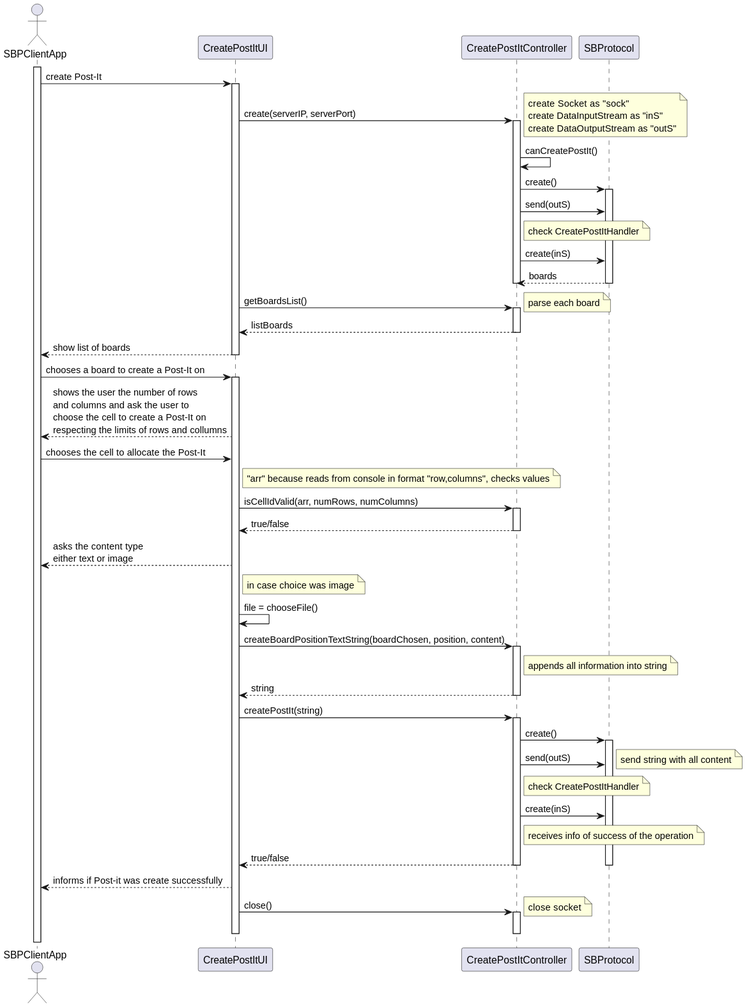
The PlantUML diagram docs/us_3006/clientSD.svg in jovami/isep-lapr4, before a commit. Its diagram source:
```plantuml
@startuml
actor SBPClientApp as user
participant CreatePostItUI as ui
participant CreatePostItController as ctrl
participant SBProtocol as sbp



activate user
user -> ui :create Post-It
activate ui

    ui -> ctrl :create(serverIP, serverPort)
    note right: create Socket as "sock"\ncreate DataInputStream as "inS"\ncreate DataOutputStream as "outS"
    activate ctrl
        ctrl -> ctrl:canCreatePostIt()

        ctrl -> sbp : create()
        activate sbp
            ctrl -> sbp : send(outS)
            note right of ctrl: check CreatePostItHandler
            ctrl -> sbp : create(inS)
            sbp --> ctrl: boards
        deactivate sbp
    deactivate ctrl

    ui -> ctrl: getBoardsList()
    activate ctrl
        note right : parse each board
        ctrl --> ui: listBoards

    deactivate ctrl

    ui --> user : show list of boards

deactivate ui

user -> ui : chooses a board to create a Post-It on
activate ui

ui --> user : shows the user the number of rows\nand columns and ask the user to\nchoose the cell to create a Post-It on\nrespecting the limits of rows and collumns
user -> ui : chooses the cell to allocate the Post-It


    note right of ui: "arr" because reads from console in format "row,columns", checks values
    ui -> ctrl : isCellIdValid(arr, numRows, numColumns)
    activate ctrl
        ctrl --> ui : true/false
    deactivate ctrl


    ui --> user : asks the content type\neither text or image

    note right of ui: in case choice was image
    ui -> ui : file = chooseFile()

    ui -> ctrl : createBoardPositionTextString(boardChosen, position, content)
    activate ctrl
        note right of ctrl : appends all information into string
        ctrl --> ui : string
    deactivate ctrl


    ui -> ctrl :createPostIt(string)
    activate ctrl
        ctrl -> sbp : create()
        activate sbp
            ctrl -> sbp : send(outS)
            note right of ctrl: check CreatePostItHandler
            note right :send string with all content
            ctrl -> sbp : create(inS)
            note right of ctrl : receives info of success of the operation
            ctrl --> ui : true/false

        deactivate sbp
    deactivate ctrl

    ui --> user : informs if Post-it was create successfully


    ui -> ctrl : close()
    activate ctrl
        note right : close socket
    deactivate ctrl
deactivate ui
@enduml
```
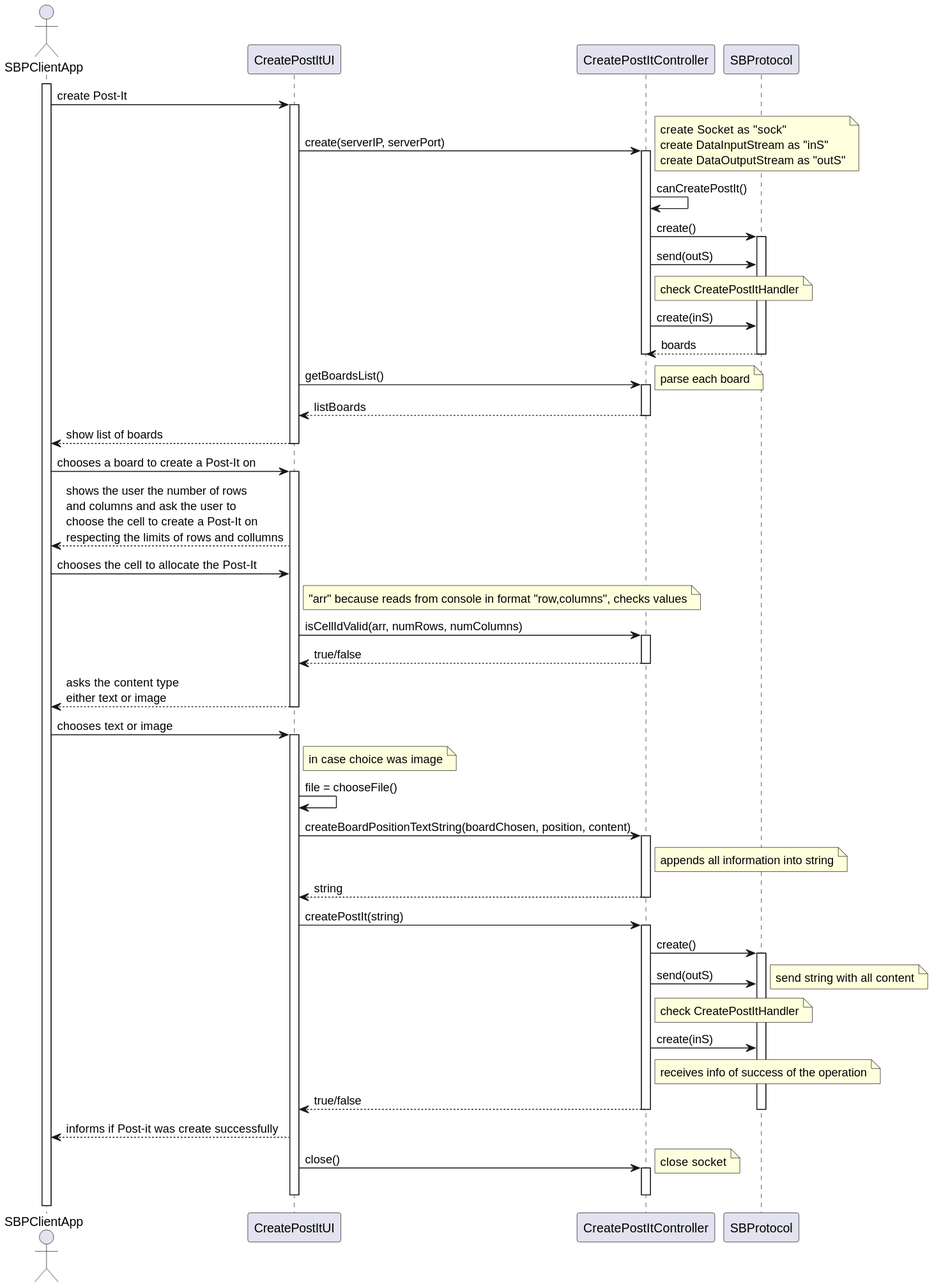
The same diagram one commit later.

The edit, as a diff of the source:
```diff
@@ -50,6 +50,9 @@
 
 
     ui --> user : asks the content type\neither text or image
+deactivate ui
+    user -> ui : chooses text or image
+    activate ui
 
     note right of ui: in case choice was image
     ui -> ui : file = chooseFile()
```
